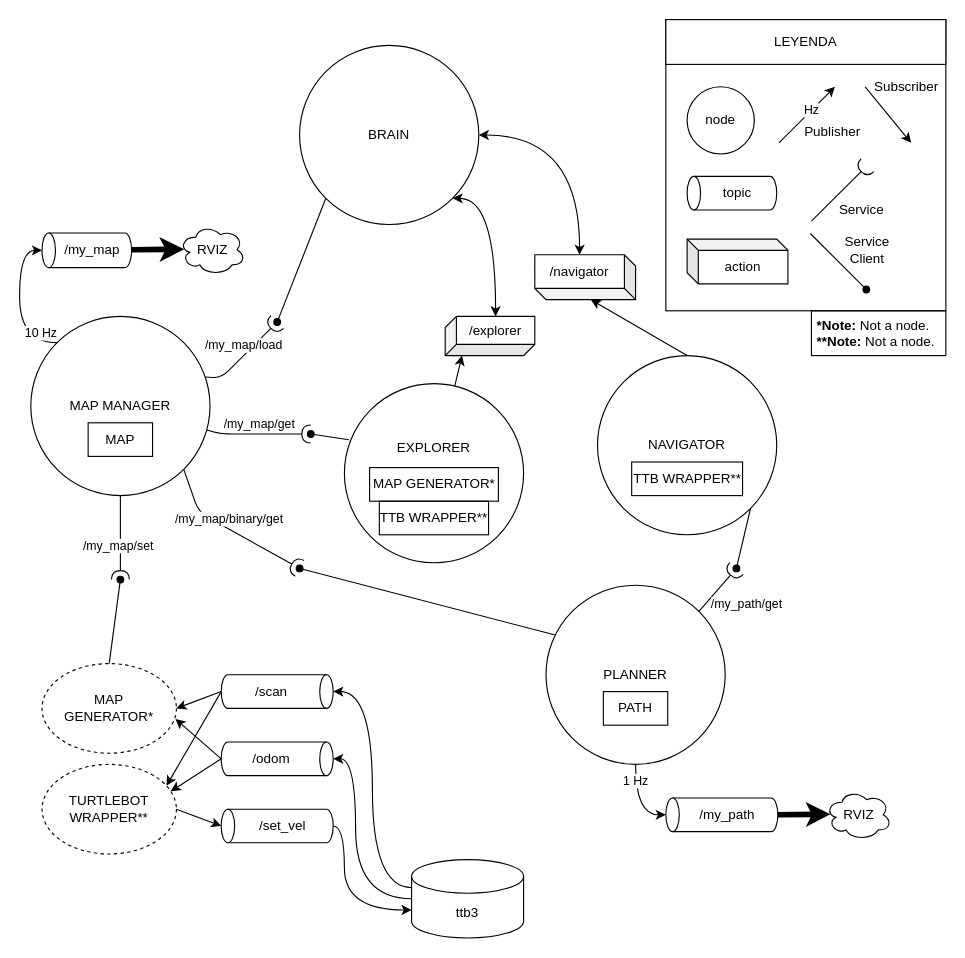
Above: page "Page-4" (4 of 5) of assets/Untitled Diagram.drawio in pariaspe/ttb-slam (draw.io), before the change. Source tidied: cells renumbered, new cells numbered last; positions are measured from the earlier drawing's top-left corner, leaving out a move shared by most shapes. Both pictures are drawn from the tidied source at 112%, with x=0, y=0 at pixel (19, 19).
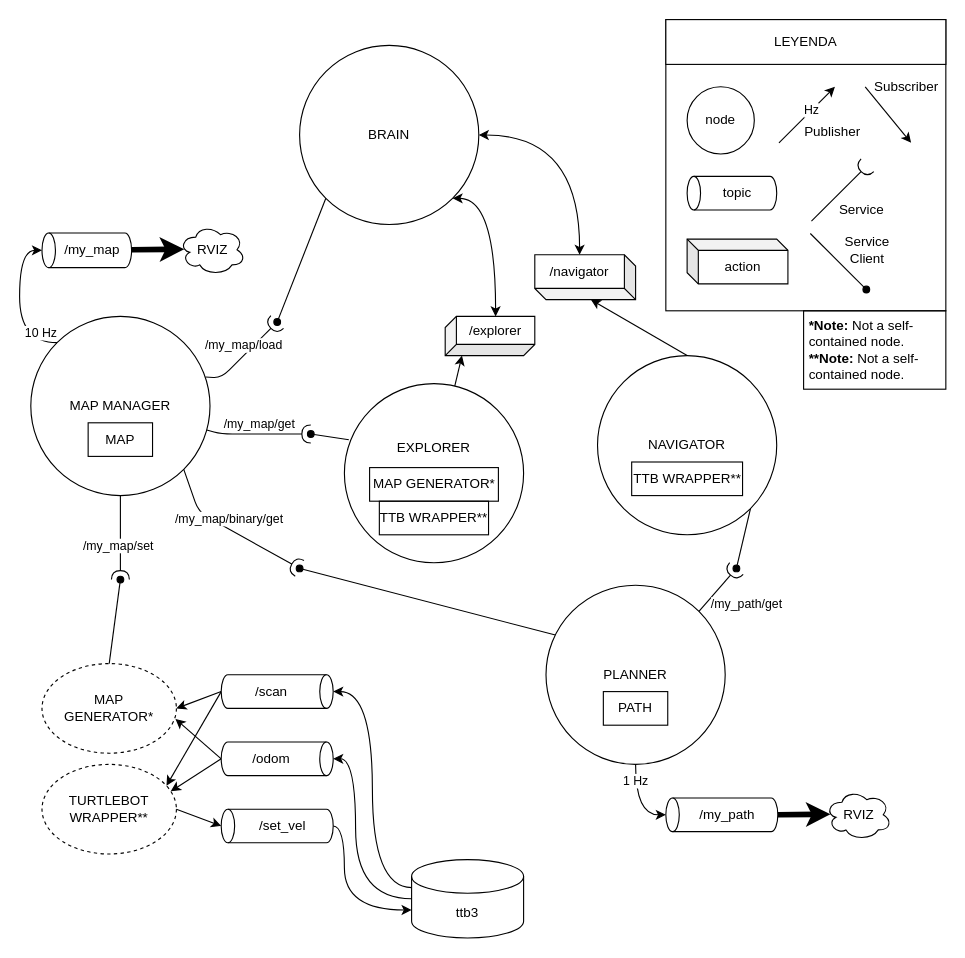
The same page after the edit.

Change to the diagram source:
```diff
@@
-    <mxCell id="65" value="&lt;b&gt;*Note:&lt;/b&gt; Not a node.&lt;br&gt;&lt;b&gt;**Note: &lt;/b&gt;Not a node." style="rounded=0;whiteSpace=wrap;html=1;fillColor=none;align=left;labelPosition=center;verticalLabelPosition=middle;verticalAlign=top;spacingLeft=3;" parent="1" vertex="1">
-      <mxGeometry x="707" y="260" width="120" height="40" as="geometry" />
+    <mxCell id="65" value="&lt;b&gt;*Note:&lt;/b&gt; Not a self-contained node.&lt;br&gt;&lt;b&gt;**Note: &lt;/b&gt;Not a self-contained node." style="rounded=0;whiteSpace=wrap;html=1;fillColor=none;align=left;labelPosition=center;verticalLabelPosition=middle;verticalAlign=top;spacingLeft=3;" parent="1" vertex="1">
+      <mxGeometry x="700" y="260" width="127" height="70" as="geometry" />
     </mxCell>
```
